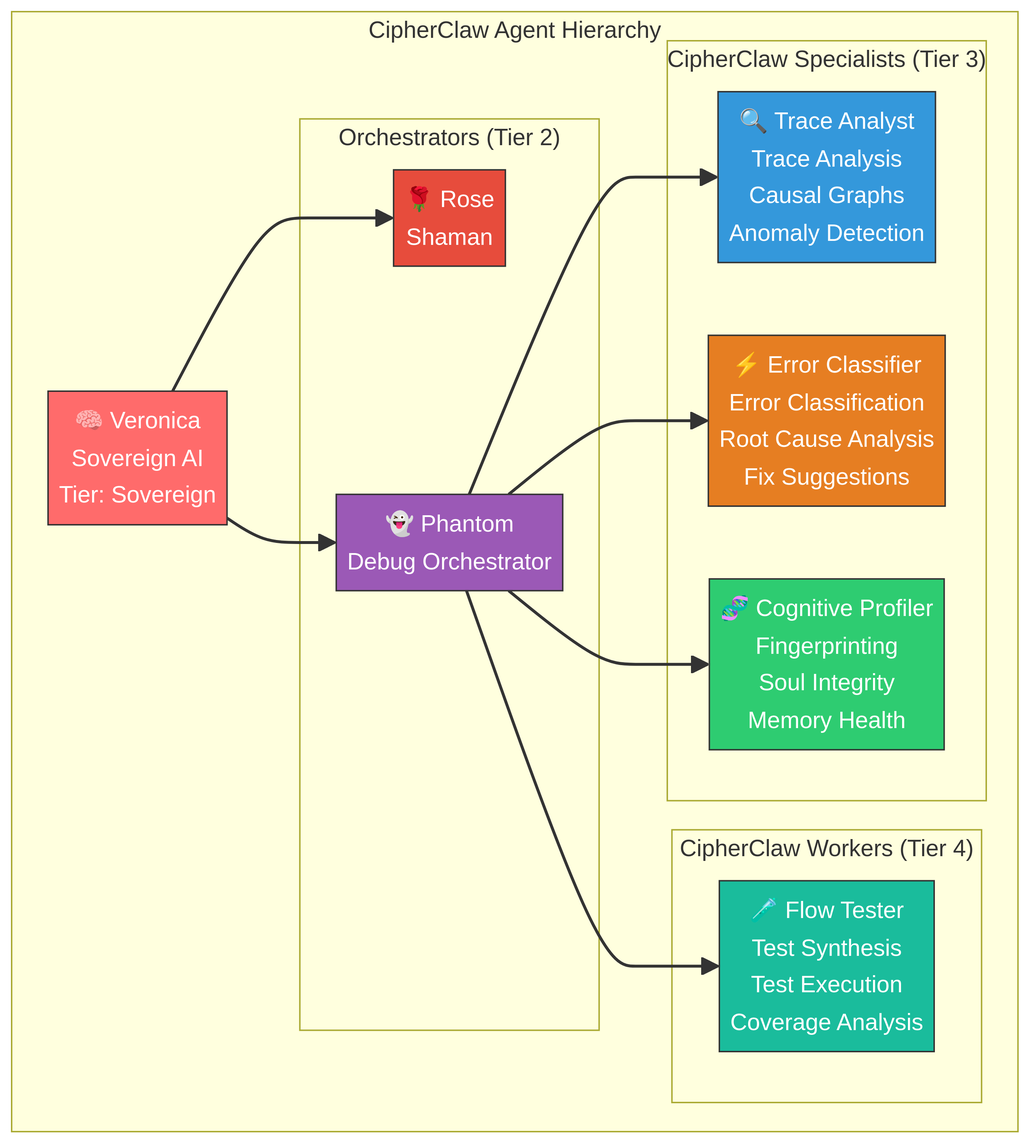
Earlier version of the Mermaid export docs/diagrams/agent-hierarchy.png (Alexi5000/CipherClaw). Its source is kept beside it as docs/diagrams/agent-hierarchy.mmd. The source it was exported from:
```mermaid
graph TB
    subgraph "CipherClaw Agent Hierarchy"
        V["🧠 Veronica<br/>Sovereign AI<br/>Tier: Sovereign"]

        subgraph "Orchestrators (Tier 2)"
            R["🌹 Rose<br/>Shaman"]
            P["👻 Phantom<br/>Debug Orchestrator"]
        end

        subgraph "CipherClaw Specialists (Tier 3)"
            TA["🔍 Trace Analyst<br/>Trace Analysis<br/>Causal Graphs<br/>Anomaly Detection"]
            EC["⚡ Error Classifier<br/>Error Classification<br/>Root Cause Analysis<br/>Fix Suggestions"]
            CP["🧬 Cognitive Profiler<br/>Fingerprinting<br/>Soul Integrity<br/>Memory Health"]
        end

        subgraph "CipherClaw Workers (Tier 4)"
            FT["🧪 Flow Tester<br/>Test Synthesis<br/>Test Execution<br/>Coverage Analysis"]
        end

        V --> R
        V --> P
        P --> TA
        P --> EC
        P --> CP
        P --> FT
    end

    style V fill:#ff6b6b,stroke:#333,color:#fff
    style R fill:#e74c3c,stroke:#333,color:#fff
    style P fill:#9b59b6,stroke:#333,color:#fff
    style TA fill:#3498db,stroke:#333,color:#fff
    style EC fill:#e67e22,stroke:#333,color:#fff
    style CP fill:#2ecc71,stroke:#333,color:#fff
    style FT fill:#1abc9c,stroke:#333,color:#fff
```
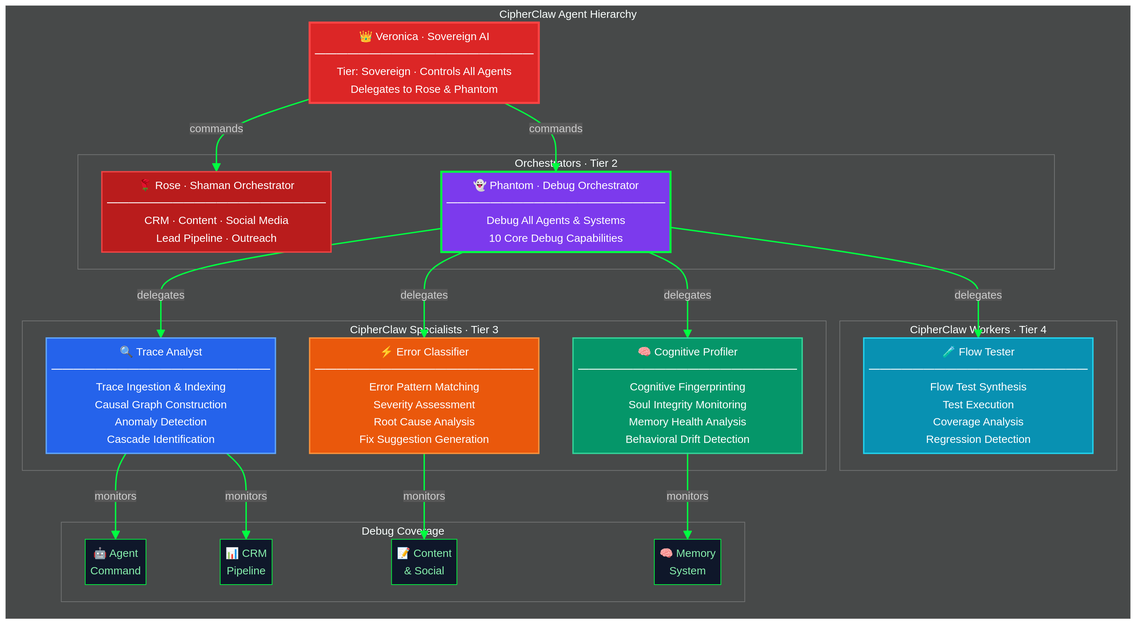
The same file after the commit.

The edit, as a diff of the source:
```diff
@@ -1,34 +1,57 @@
+%%{init: {'theme': 'dark', 'themeVariables': {'primaryColor': '#7c3aed', 'primaryTextColor': '#e0e0e0', 'primaryBorderColor': '#00ff41', 'lineColor': '#00ff41'}}}%%
+
 graph TB
-    subgraph "CipherClaw Agent Hierarchy"
-        V["🧠 Veronica<br/>Sovereign AI<br/>Tier: Sovereign"]
+    subgraph HIERARCHY["CipherClaw Agent Hierarchy"]
+        direction TB
 
-        subgraph "Orchestrators (Tier 2)"
-            R["🌹 Rose<br/>Shaman"]
-            P["👻 Phantom<br/>Debug Orchestrator"]
+        V["👑 Veronica · Sovereign AI<br/>━━━━━━━━━━━━━━━━━━━━<br/>Tier: Sovereign · Controls All Agents<br/>Delegates to Rose & Phantom"]
+
+        subgraph TIER2["Orchestrators · Tier 2"]
+            R["🌹 Rose · Shaman Orchestrator<br/>━━━━━━━━━━━━━━━━━━━━<br/>CRM · Content · Social Media<br/>Lead Pipeline · Outreach"]
+            PH["👻 Phantom · Debug Orchestrator<br/>━━━━━━━━━━━━━━━━━━━━<br/>Debug All Agents & Systems<br/>10 Core Debug Capabilities"]
         end
 
-        subgraph "CipherClaw Specialists (Tier 3)"
-            TA["🔍 Trace Analyst<br/>Trace Analysis<br/>Causal Graphs<br/>Anomaly Detection"]
-            EC["⚡ Error Classifier<br/>Error Classification<br/>Root Cause Analysis<br/>Fix Suggestions"]
-            CP["🧬 Cognitive Profiler<br/>Fingerprinting<br/>Soul Integrity<br/>Memory Health"]
+        V -->|"commands"| R
+        V -->|"commands"| PH
+
+        subgraph TIER3["CipherClaw Specialists · Tier 3"]
+            TA["🔍 Trace Analyst<br/>━━━━━━━━━━━━━━━━━━━━<br/>Trace Ingestion & Indexing<br/>Causal Graph Construction<br/>Anomaly Detection<br/>Cascade Identification"]
+            EC["⚡ Error Classifier<br/>━━━━━━━━━━━━━━━━━━━━<br/>Error Pattern Matching<br/>Severity Assessment<br/>Root Cause Analysis<br/>Fix Suggestion Generation"]
+            CP["🧠 Cognitive Profiler<br/>━━━━━━━━━━━━━━━━━━━━<br/>Cognitive Fingerprinting<br/>Soul Integrity Monitoring<br/>Memory Health Analysis<br/>Behavioral Drift Detection"]
         end
 
-        subgraph "CipherClaw Workers (Tier 4)"
-            FT["🧪 Flow Tester<br/>Test Synthesis<br/>Test Execution<br/>Coverage Analysis"]
+        PH -->|"delegates"| TA
+        PH -->|"delegates"| EC
+        PH -->|"delegates"| CP
+
+        subgraph TIER4["CipherClaw Workers · Tier 4"]
+            FT["🧪 Flow Tester<br/>━━━━━━━━━━━━━━━━━━━━<br/>Flow Test Synthesis<br/>Test Execution<br/>Coverage Analysis<br/>Regression Detection"]
         end
 
-        V --> R
-        V --> P
-        P --> TA
-        P --> EC
-        P --> CP
-        P --> FT
+        PH -->|"delegates"| FT
+
+        subgraph DOMAINS["Debug Coverage"]
+            direction LR
+            DA["🤖 Agent<br/>Command"]
+            DC["📊 CRM<br/>Pipeline"]
+            DS["📝 Content<br/>& Social"]
+            DM["🧠 Memory<br/>System"]
+        end
+
+        TA -->|"monitors"| DA
+        TA -->|"monitors"| DC
+        EC -->|"monitors"| DS
+        CP -->|"monitors"| DM
     end
 
-    style V fill:#ff6b6b,stroke:#333,color:#fff
-    style R fill:#e74c3c,stroke:#333,color:#fff
-    style P fill:#9b59b6,stroke:#333,color:#fff
-    style TA fill:#3498db,stroke:#333,color:#fff
-    style EC fill:#e67e22,stroke:#333,color:#fff
-    style CP fill:#2ecc71,stroke:#333,color:#fff
-    style FT fill:#1abc9c,stroke:#333,color:#fff
+    style V fill:#dc2626,stroke:#ff4444,stroke-width:3px,color:#fff
+    style R fill:#b91c1c,stroke:#ef4444,stroke-width:2px,color:#fff
+    style PH fill:#7c3aed,stroke:#00ff41,stroke-width:3px,color:#fff
+    style TA fill:#2563eb,stroke:#60a5fa,stroke-width:2px,color:#fff
+    style EC fill:#ea580c,stroke:#fb923c,stroke-width:2px,color:#fff
+    style CP fill:#059669,stroke:#34d399,stroke-width:2px,color:#fff
+    style FT fill:#0891b2,stroke:#22d3ee,stroke-width:2px,color:#fff
+    style DA fill:#0f172a,stroke:#00ff41,stroke-width:1px,color:#86efac
+    style DC fill:#0f172a,stroke:#00ff41,stroke-width:1px,color:#86efac
+    style DS fill:#0f172a,stroke:#00ff41,stroke-width:1px,color:#86efac
+    style DM fill:#0f172a,stroke:#00ff41,stroke-width:1px,color:#86efac
```
